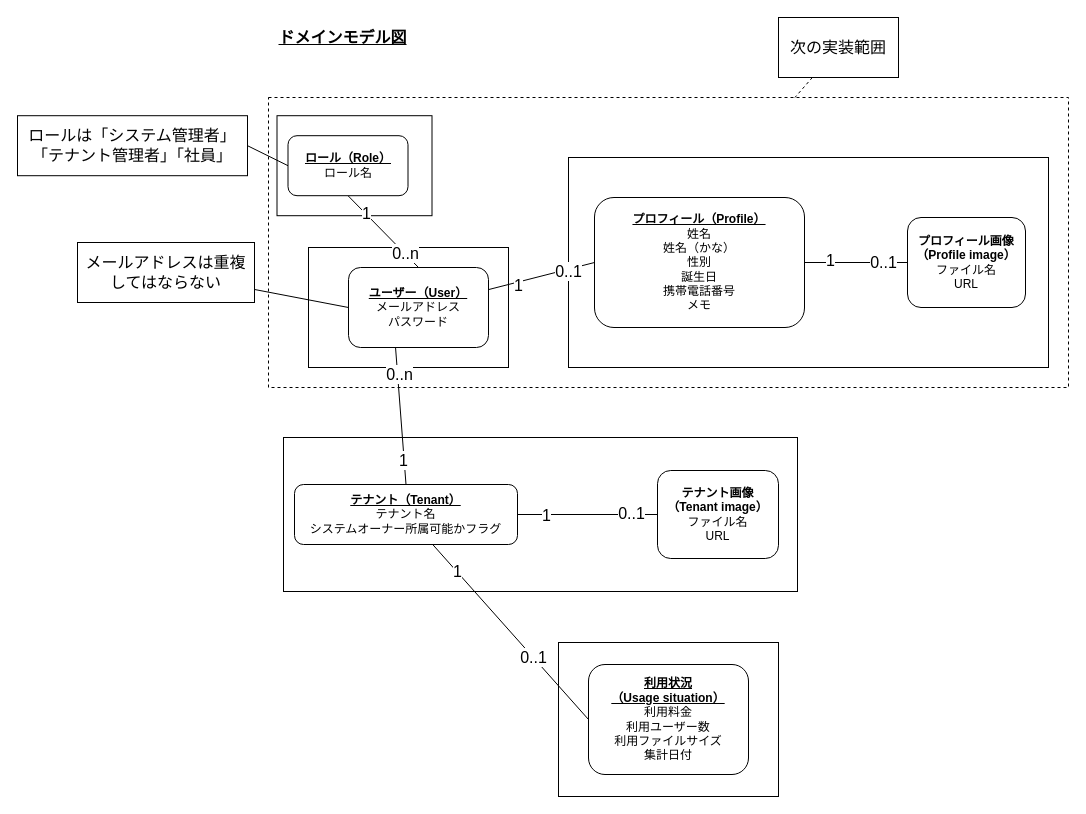
Before: page "ドメインモデル図" (3 of 4) of docs/diagrams/src/reinventing_the_wheel.drawio.xml in q23isline/reinventing_the_wheel, a draw.io diagram. Source tidied: cells renumbered, new cells numbered last; positions are measured from the earlier drawing's top-left corner, leaving out a move shared by most shapes. Both pictures are drawn from the tidied source at 100%, with x=0, y=0 at pixel (17, 17).
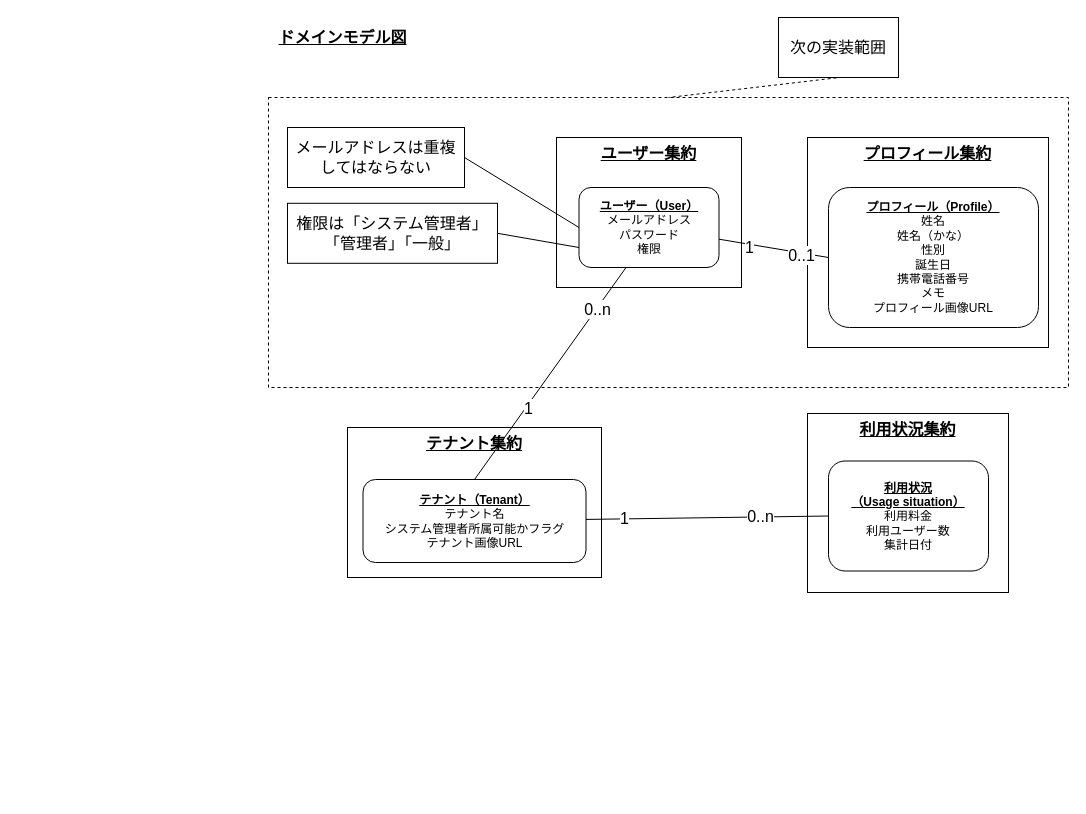
The same diagram, later.

The change refers to these unchanged cells:
```xml
<mxCell id="2" style="rounded=0;whiteSpace=wrap;html=1;fontSize=16;align=center;verticalAlign=middle;dashed=1;fillColor=none;" parent="1" vertex="1">
  <mxGeometry x="251" y="80" width="800" height="290" as="geometry" />
</mxCell>
<mxCell id="18" style="edgeStyle=none;rounded=0;jettySize=auto;html=1;entryX=0.336;entryY=1;entryDx=0;entryDy=0;fontSize=16;endArrow=none;endFill=0;exitX=0.5;exitY=0;exitDx=0;exitDy=0;entryPerimeter=0;" parent="1" edge="1" source="27" target="12">
  <mxGeometry relative="1" as="geometry" />
</mxCell>
<mxCell id="24" style="edgeStyle=none;rounded=0;jettySize=auto;html=1;entryX=0;entryY=0.5;entryDx=0;entryDy=0;fontSize=16;endArrow=none;endFill=0;" parent="1" edge="1" source="27" target="32">
  <mxGeometry relative="1" as="geometry" />
</mxCell>
<mxCell id="36" value="次の実装範囲" style="rounded=0;whiteSpace=wrap;html=1;fontSize=16;align=center;verticalAlign=middle;" parent="1" vertex="1">
  <mxGeometry x="761" width="120" height="60" as="geometry" />
</mxCell>
```

What changed in the source:
```diff
@@
-    <mxCell id="3" style="rounded=0;whiteSpace=wrap;html=1;fontSize=16;align=left;verticalAlign=top;" parent="1" vertex="1">
-      <mxGeometry x="541" y="625" width="220" height="154" as="geometry" />
+    <mxCell id="3" value="&lt;b&gt;&lt;u&gt;利用状況集約&lt;/u&gt;&lt;/b&gt;" style="rounded=0;whiteSpace=wrap;html=1;fontSize=16;align=center;verticalAlign=top;" parent="1" vertex="1">
+      <mxGeometry x="790" y="396" width="201" height="179" as="geometry" />
     </mxCell>
-    <mxCell id="4" style="rounded=0;whiteSpace=wrap;html=1;fontSize=16;align=left;verticalAlign=top;" parent="1" vertex="1">
-      <mxGeometry x="259.5" y="98.2" width="155" height="100" as="geometry" />
-    </mxCell>
-    <mxCell id="5" style="rounded=0;whiteSpace=wrap;html=1;fontSize=16;align=left;verticalAlign=top;" parent="1" vertex="1">
-      <mxGeometry x="291" y="230" width="200" height="120" as="geometry" />
+    <mxCell id="5" value="&lt;u&gt;&lt;b&gt;ユーザー集約&lt;/b&gt;&lt;/u&gt;" style="rounded=0;whiteSpace=wrap;html=1;fontSize=16;align=center;verticalAlign=top;" parent="1" vertex="1">
+      <mxGeometry x="539" y="120" width="185" height="150" as="geometry" />
     </mxCell>
-    <mxCell id="6" style="rounded=0;whiteSpace=wrap;html=1;fontSize=16;align=left;verticalAlign=top;" parent="1" vertex="1">
-      <mxGeometry x="266" y="420" width="514" height="154" as="geometry" />
+    <mxCell id="6" value="&lt;b&gt;&lt;u&gt;テナント集約&lt;/u&gt;&lt;/b&gt;" style="rounded=0;whiteSpace=wrap;html=1;fontSize=16;align=center;verticalAlign=top;" parent="1" vertex="1">
+      <mxGeometry x="330" y="410" width="254" height="150" as="geometry" />
     </mxCell>
-    <mxCell id="7" style="rounded=0;whiteSpace=wrap;html=1;fontSize=16;align=left;verticalAlign=top;" parent="1" vertex="1">
-      <mxGeometry x="551" y="140" width="480" height="210" as="geometry" />
+    <mxCell id="7" value="&lt;b&gt;&lt;u&gt;プロフィール集約&lt;/u&gt;&lt;/b&gt;" style="rounded=0;whiteSpace=wrap;html=1;fontSize=16;align=center;verticalAlign=top;" parent="1" vertex="1">
+      <mxGeometry x="790" y="120" width="241" height="210" as="geometry" />
     </mxCell>
@@
-    <mxCell id="12" value="&lt;b&gt;&lt;u&gt;ユーザー（User）&lt;/u&gt;&lt;/b&gt;&lt;br&gt;メールアドレス&lt;br&gt;パスワード" style="rounded=1;whiteSpace=wrap;html=1;" parent="1" vertex="1">
-      <mxGeometry x="331" y="250" width="140" height="80" as="geometry" />
+    <mxCell id="12" value="&lt;b&gt;&lt;u&gt;ユーザー（User）&lt;/u&gt;&lt;/b&gt;&lt;br&gt;メールアドレス&lt;br&gt;パスワード&lt;br&gt;権限" style="rounded=1;whiteSpace=wrap;html=1;" parent="1" vertex="1">
+      <mxGeometry x="561.5" y="170" width="140" height="80" as="geometry" />
     </mxCell>
-    <mxCell id="13" style="rounded=0;jettySize=auto;html=1;exitX=0.5;exitY=1;exitDx=0;exitDy=0;endArrow=none;endFill=0;entryX=0.5;entryY=0;entryDx=0;entryDy=0;" parent="1" edge="1" source="17" target="12">
-      <mxGeometry relative="1" as="geometry" />
-    </mxCell>
-    <mxCell id="14" value="1" style="edgeLabel;html=1;align=center;verticalAlign=middle;fontSize=16;" parent="13" vertex="1">
-      <mxGeometry x="-0.5" y="1" relative="1" as="geometry" />
-    </mxCell>
-    <mxCell id="15" value="0..n" style="edgeLabel;html=1;align=center;verticalAlign=middle;fontSize=16;" parent="13" vertex="1">
-      <mxGeometry x="0.61" relative="1" as="geometry" />
-    </mxCell>
-    <mxCell id="16" style="edgeStyle=none;rounded=0;jettySize=auto;html=1;exitX=0;exitY=0.5;exitDx=0;exitDy=0;entryX=1;entryY=0.5;entryDx=0;entryDy=0;fontSize=16;endArrow=none;endFill=0;" parent="1" edge="1" source="17" target="37">
+    <mxCell id="16" style="edgeStyle=none;rounded=0;jettySize=auto;html=1;exitX=0;exitY=0.75;exitDx=0;exitDy=0;entryX=1;entryY=0.5;entryDx=0;entryDy=0;fontSize=16;endArrow=none;endFill=0;" parent="1" edge="1" source="12" target="37">
       <mxGeometry relative="1" as="geometry" />
     </mxCell>
-    <mxCell id="17" value="&lt;b&gt;&lt;u&gt;ロール（Role）&lt;/u&gt;&lt;/b&gt;&lt;br&gt;ロール名" style="rounded=1;whiteSpace=wrap;html=1;" parent="1" vertex="1">
-      <mxGeometry x="270.5" y="118.2" width="120" height="60" as="geometry" />
-    </mxCell>
@@
     <mxCell id="19" value="1" style="edgeLabel;html=1;align=center;verticalAlign=middle;fontSize=16;" parent="18" vertex="1">
-      <mxGeometry x="-0.63" y="1" relative="1" as="geometry" />
+      <mxGeometry x="-0.63" y="1" relative="1" as="geometry">
+        <mxPoint x="26" y="-32" as="offset" />
+      </mxGeometry>
     </mxCell>
@@
-    <mxCell id="21" style="edgeStyle=none;rounded=0;jettySize=auto;html=1;entryX=0;entryY=0.5;entryDx=0;entryDy=0;fontSize=16;endArrow=none;endFill=0;" parent="1" edge="1" source="27" target="33">
-      <mxGeometry relative="1" as="geometry" />
-    </mxCell>
-    <mxCell id="22" value="1" style="edgeLabel;html=1;align=center;verticalAlign=middle;fontSize=16;" parent="21" vertex="1">
-      <mxGeometry x="-0.6" relative="1" as="geometry" />
-    </mxCell>
-    <mxCell id="23" value="0..1" style="edgeLabel;html=1;align=center;verticalAlign=middle;fontSize=16;" parent="21" vertex="1">
-      <mxGeometry x="0.61" y="2" relative="1" as="geometry" />
-    </mxCell>
@@
-    <mxCell id="26" value="0..1" style="edgeLabel;html=1;align=center;verticalAlign=middle;fontSize=16;" parent="24" vertex="1">
+    <mxCell id="26" value="0..n" style="edgeLabel;html=1;align=center;verticalAlign=middle;fontSize=16;" parent="24" vertex="1">
       <mxGeometry x="0.29" y="1" relative="1" as="geometry">
-        <mxPoint x="-1" as="offset" />
+        <mxPoint x="18" as="offset" />
       </mxGeometry>
     </mxCell>
-    <mxCell id="27" value="&lt;b&gt;&lt;u&gt;テナント（Tenant）&lt;/u&gt;&lt;/b&gt;&lt;br&gt;テナント名&lt;br&gt;システムオーナー所属可能かフラグ" style="rounded=1;whiteSpace=wrap;html=1;" parent="1" vertex="1">
-      <mxGeometry x="277" y="467" width="223" height="60" as="geometry" />
+    <mxCell id="27" value="&lt;b&gt;&lt;u&gt;テナント（Tenant）&lt;/u&gt;&lt;/b&gt;&lt;br&gt;テナント名&lt;br&gt;システム管理者所属可能かフラグ&lt;br&gt;テナント画像URL" style="rounded=1;whiteSpace=wrap;html=1;" parent="1" vertex="1">
+      <mxGeometry x="345.5" y="462" width="223" height="83" as="geometry" />
     </mxCell>
-    <mxCell id="28" style="edgeStyle=none;rounded=0;jettySize=auto;html=1;entryX=1;entryY=0.5;entryDx=0;entryDy=0;fontSize=16;endArrow=none;endFill=0;exitX=0;exitY=0.5;exitDx=0;exitDy=0;" parent="1" edge="1" source="34" target="31">
-      <mxGeometry relative="1" as="geometry" />
-    </mxCell>
-    <mxCell id="29" value="1" style="edgeLabel;html=1;align=center;verticalAlign=middle;fontSize=16;" parent="28" vertex="1">
-      <mxGeometry x="0.5" y="-3" relative="1" as="geometry">
-        <mxPoint x="-1" as="offset" />
-      </mxGeometry>
-    </mxCell>
-    <mxCell id="30" value="0..1" style="edgeLabel;html=1;align=center;verticalAlign=middle;fontSize=16;" parent="28" vertex="1">
-      <mxGeometry x="-0.51" y="-1" relative="1" as="geometry" />
-    </mxCell>
-    <mxCell id="31" value="&lt;b&gt;&lt;u&gt;プロフィール（Profile）&lt;/u&gt;&lt;/b&gt;&lt;br&gt;姓名&lt;br&gt;姓名（かな）&lt;br&gt;性別&lt;br&gt;誕生日&lt;br&gt;携帯電話番号&lt;br&gt;メモ" style="rounded=1;whiteSpace=wrap;html=1;" parent="1" vertex="1">
-      <mxGeometry x="577" y="180" width="210" height="130" as="geometry" />
+    <mxCell id="31" value="&lt;b&gt;&lt;u&gt;プロフィール（Profile）&lt;/u&gt;&lt;/b&gt;&lt;br&gt;姓名&lt;br&gt;姓名（かな）&lt;br&gt;性別&lt;br&gt;誕生日&lt;br&gt;携帯電話番号&lt;br&gt;メモ&lt;br&gt;プロフィール画像URL" style="rounded=1;whiteSpace=wrap;html=1;" parent="1" vertex="1">
+      <mxGeometry x="811" y="170" width="210" height="140" as="geometry" />
     </mxCell>
-    <mxCell id="32" value="&lt;b&gt;&lt;u&gt;利用状況（Usage&amp;nbsp;situation）&lt;/u&gt;&lt;/b&gt;&lt;br&gt;利用料金&lt;br&gt;利用ユーザー数&lt;br&gt;利用ファイルサイズ&lt;br&gt;集計日付" style="rounded=1;whiteSpace=wrap;html=1;" parent="1" vertex="1">
-      <mxGeometry x="571" y="647" width="160" height="110" as="geometry" />
+    <mxCell id="32" value="&lt;b&gt;&lt;u&gt;利用状況（Usage&amp;nbsp;situation）&lt;/u&gt;&lt;/b&gt;&lt;br&gt;利用料金&lt;br&gt;利用ユーザー数&lt;br&gt;集計日付" style="rounded=1;whiteSpace=wrap;html=1;" parent="1" vertex="1">
+      <mxGeometry x="811" y="443.5" width="160" height="110" as="geometry" />
     </mxCell>
-    <mxCell id="33" value="&lt;b&gt;テナント画像（Tenant image）&lt;/b&gt;&lt;br&gt;ファイル名&lt;br&gt;URL" style="rounded=1;whiteSpace=wrap;html=1;" parent="1" vertex="1">
-      <mxGeometry x="640" y="453" width="121" height="88" as="geometry" />
-    </mxCell>
-    <mxCell id="34" value="&lt;b&gt;プロフィール画像（Profile image）&lt;/b&gt;&lt;br&gt;ファイル名&lt;br&gt;URL" style="rounded=1;whiteSpace=wrap;html=1;" parent="1" vertex="1">
-      <mxGeometry x="890" y="200" width="118" height="90" as="geometry" />
-    </mxCell>
-    <mxCell id="35" style="edgeStyle=none;rounded=0;jettySize=auto;html=1;dashed=1;fontSize=16;endArrow=none;endFill=0;" parent="1" edge="1" source="36" target="2">
+    <mxCell id="35" style="edgeStyle=none;rounded=0;jettySize=auto;html=1;dashed=1;fontSize=16;endArrow=none;endFill=0;exitX=0.583;exitY=0.983;exitDx=0;exitDy=0;exitPerimeter=0;entryX=0.5;entryY=0;entryDx=0;entryDy=0;" parent="1" edge="1" source="36" target="2">
       <mxGeometry relative="1" as="geometry" />
     </mxCell>
@@
-    <mxCell id="37" value="ロールは「システム管理者」「テナント管理者」「社員」" style="rounded=0;whiteSpace=wrap;html=1;fontSize=16;align=center;verticalAlign=middle;" parent="1" vertex="1">
-      <mxGeometry y="98.2" width="230" height="60" as="geometry" />
+    <mxCell id="37" value="権限は「システム管理者」「管理者」「一般」" style="rounded=0;whiteSpace=wrap;html=1;fontSize=16;align=center;verticalAlign=middle;" parent="1" vertex="1">
+      <mxGeometry x="270" y="185.8" width="210" height="60" as="geometry" />
     </mxCell>
-    <mxCell id="38" style="edgeStyle=none;rounded=0;jettySize=auto;html=1;entryX=0;entryY=0.5;entryDx=0;entryDy=0;fontSize=16;endArrow=none;endFill=0;" parent="1" edge="1" source="39" target="12">
+    <mxCell id="38" style="edgeStyle=none;rounded=0;jettySize=auto;html=1;entryX=0;entryY=0.5;entryDx=0;entryDy=0;fontSize=16;endArrow=none;endFill=0;exitX=1;exitY=0.5;exitDx=0;exitDy=0;" parent="1" edge="1" source="39" target="12">
       <mxGeometry relative="1" as="geometry" />
     </mxCell>
     <mxCell id="39" value="メールアドレスは重複してはならない" style="rounded=0;whiteSpace=wrap;html=1;fontSize=16;align=center;verticalAlign=middle;" parent="1" vertex="1">
-      <mxGeometry x="60" y="225" width="177" height="60" as="geometry" />
+      <mxGeometry x="270" y="110" width="177" height="60" as="geometry" />
     </mxCell>
```
